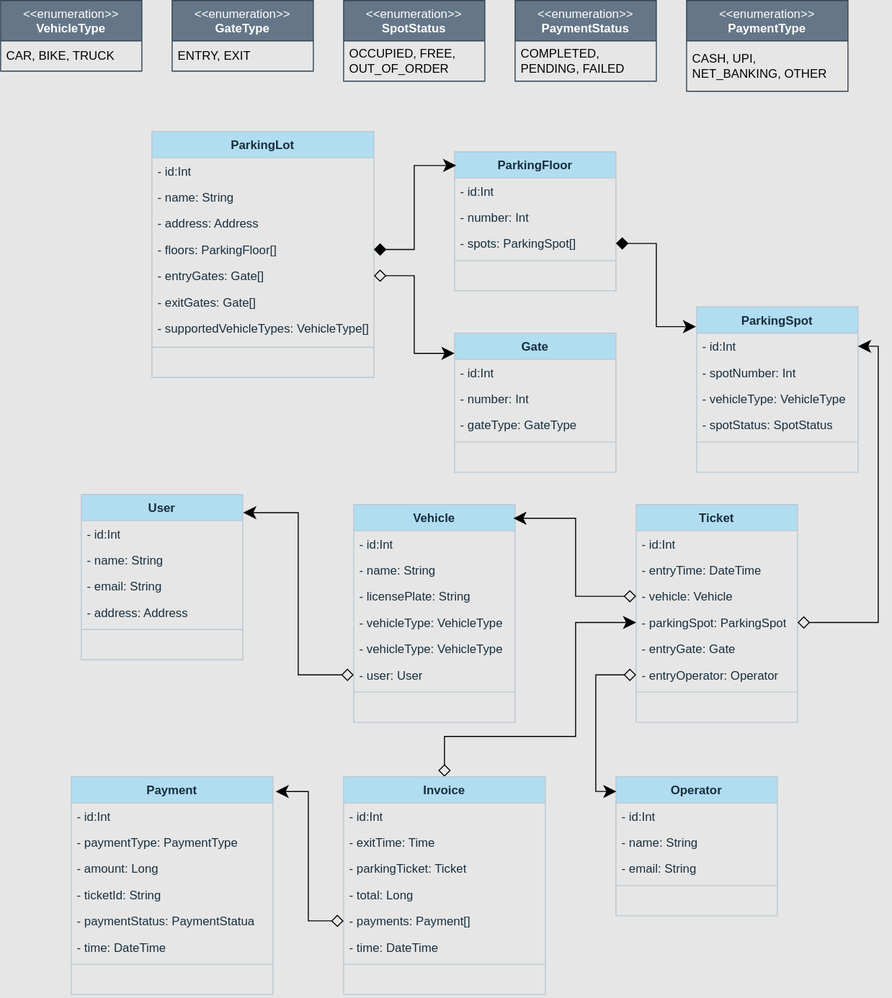
Earlier version of the draw.io export lld/class_diagrams/parking_lot.drawio.svg (nityabhaskar21/java_projects). Source tidied: cells renumbered, new cells last; positions are measured from the earlier drawing's top-left corner, leaving out a move shared by most shapes.
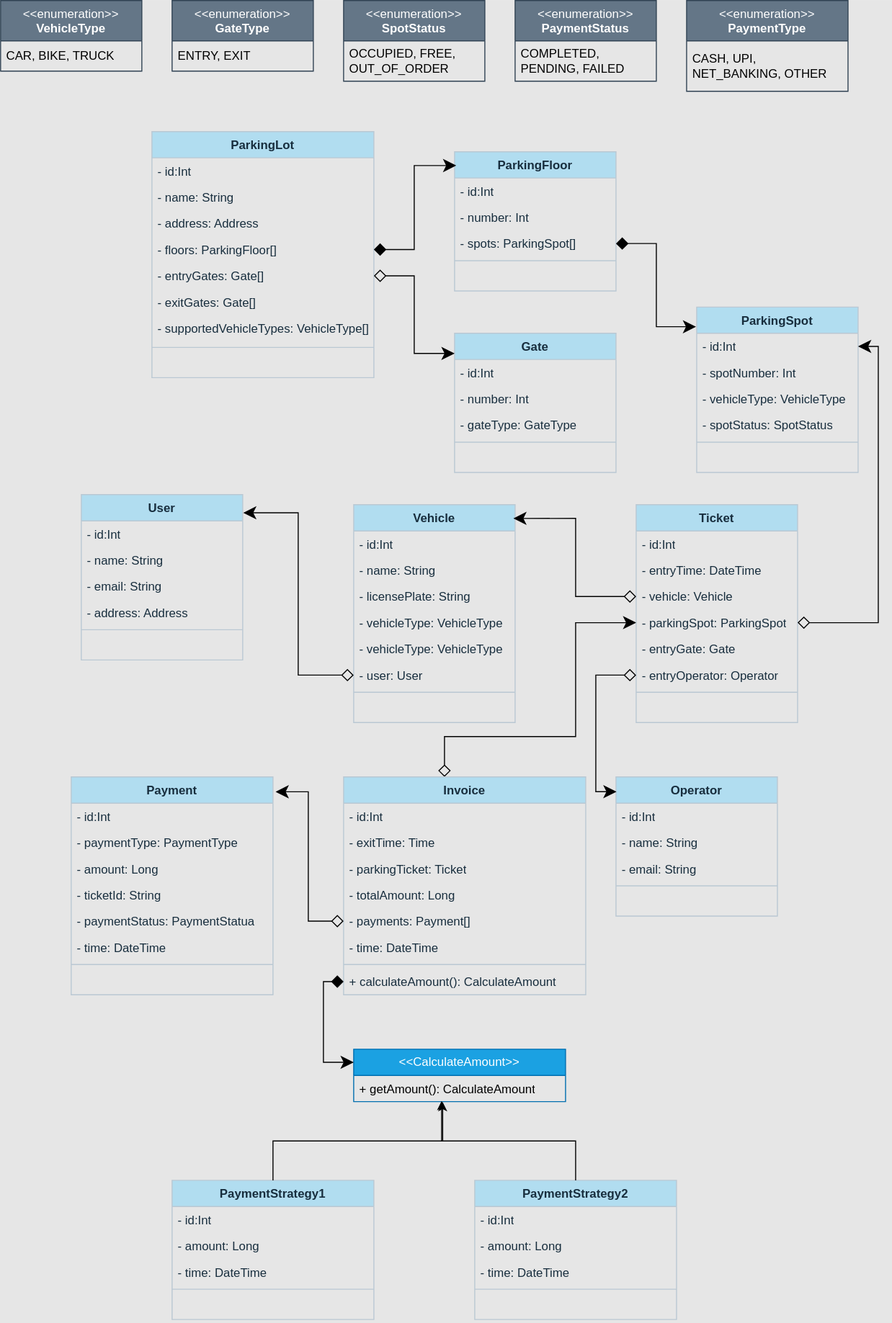
The same file after the commit.

The edit, as a diff of the source:
```diff
@@ -237,31 +237,31 @@
       </mxGeometry>
     </mxCell>
     <mxCell id="78" value="Invoice" style="swimlane;fontStyle=1;align=center;verticalAlign=top;horizontal=1;startSize=26;whiteSpace=wrap;html=1;labelBackgroundColor=none;fillColor=#B1DDF0;strokeColor=#BAC8D3;fontColor=#182E3E;" parent="1" vertex="1">
-      <mxGeometry x="340" y="770" width="200" height="216" as="geometry" />
+      <mxGeometry x="340" y="770" width="240" height="216" as="geometry" />
     </mxCell>
     <mxCell id="79" value="- id:Int" style="text;strokeColor=none;fillColor=none;align=left;verticalAlign=top;spacingLeft=4;spacingRight=4;overflow=hidden;whiteSpace=wrap;html=1;labelBackgroundColor=none;fontColor=#182E3E;" parent="78" vertex="1">
-      <mxGeometry y="26" width="200" height="26" as="geometry" />
+      <mxGeometry y="26" width="240" height="26" as="geometry" />
     </mxCell>
     <mxCell id="80" value="- exitTime: Time" style="text;strokeColor=none;fillColor=none;align=left;verticalAlign=top;spacingLeft=4;spacingRight=4;overflow=hidden;whiteSpace=wrap;html=1;labelBackgroundColor=none;fontColor=#182E3E;" parent="78" vertex="1">
-      <mxGeometry y="52" width="200" height="26" as="geometry" />
+      <mxGeometry y="52" width="240" height="26" as="geometry" />
     </mxCell>
     <mxCell id="81" value="- parkingTicket: Ticket" style="text;strokeColor=none;fillColor=none;align=left;verticalAlign=top;spacingLeft=4;spacingRight=4;overflow=hidden;whiteSpace=wrap;html=1;labelBackgroundColor=none;fontColor=#182E3E;" parent="78" vertex="1">
-      <mxGeometry y="78" width="200" height="26" as="geometry" />
+      <mxGeometry y="78" width="240" height="26" as="geometry" />
     </mxCell>
-    <mxCell id="82" value="- total: Long" style="text;strokeColor=none;fillColor=none;align=left;verticalAlign=top;spacingLeft=4;spacingRight=4;overflow=hidden;whiteSpace=wrap;html=1;labelBackgroundColor=none;fontColor=#182E3E;" parent="78" vertex="1">
-      <mxGeometry y="104" width="200" height="26" as="geometry" />
+    <mxCell id="82" value="- totalAmount: Long" style="text;strokeColor=none;fillColor=none;align=left;verticalAlign=top;spacingLeft=4;spacingRight=4;overflow=hidden;whiteSpace=wrap;html=1;labelBackgroundColor=none;fontColor=#182E3E;" parent="78" vertex="1">
+      <mxGeometry y="104" width="240" height="26" as="geometry" />
     </mxCell>
     <mxCell id="83" value="- payments: Payment[]" style="text;strokeColor=none;fillColor=none;align=left;verticalAlign=top;spacingLeft=4;spacingRight=4;overflow=hidden;points=[[0,0.5],[1,0.5]];portConstraint=eastwest;whiteSpace=wrap;html=1;labelBackgroundColor=none;fontColor=#182E3E;" parent="78" vertex="1">
-      <mxGeometry y="130" width="200" height="26" as="geometry" />
+      <mxGeometry y="130" width="240" height="26" as="geometry" />
     </mxCell>
     <mxCell id="84" value="- time: DateTime" style="text;strokeColor=none;fillColor=none;align=left;verticalAlign=top;spacingLeft=4;spacingRight=4;overflow=hidden;whiteSpace=wrap;html=1;labelBackgroundColor=none;fontColor=#182E3E;" parent="78" vertex="1">
-      <mxGeometry y="156" width="200" height="26" as="geometry" />
+      <mxGeometry y="156" width="240" height="26" as="geometry" />
     </mxCell>
     <mxCell id="85" style="line;strokeWidth=1;fillColor=none;align=left;verticalAlign=middle;spacingTop=-1;spacingLeft=3;spacingRight=3;labelPosition=right;strokeColor=#BAC8D3;labelBackgroundColor=none;fontColor=#182E3E;" parent="78" vertex="1">
-      <mxGeometry y="182" width="200" height="8" as="geometry" />
+      <mxGeometry y="182" width="240" height="8" as="geometry" />
     </mxCell>
-    <mxCell id="86" value="&amp;nbsp;" style="text;strokeColor=none;fillColor=none;align=left;verticalAlign=top;spacingLeft=4;spacingRight=4;overflow=hidden;points=[[0,0.5],[1,0.5]];portConstraint=eastwest;whiteSpace=wrap;html=1;labelBackgroundColor=none;fontColor=#182E3E;" parent="78" vertex="1">
-      <mxGeometry y="190" width="200" height="26" as="geometry" />
+    <mxCell id="86" value="+ calculateAmount(): CalculateAmount" style="text;strokeColor=none;fillColor=none;align=left;verticalAlign=top;spacingLeft=4;spacingRight=4;overflow=hidden;points=[[0,0.5],[1,0.5]];portConstraint=eastwest;whiteSpace=wrap;html=1;labelBackgroundColor=none;fontColor=#182E3E;" parent="78" vertex="1">
+      <mxGeometry y="190" width="240" height="26" as="geometry" />
     </mxCell>
     <mxCell id="87" value="&amp;lt;&amp;lt;enumeration&amp;gt;&amp;gt;&lt;br&gt;&lt;b&gt;PaymentStatus&lt;/b&gt;" style="swimlane;fontStyle=0;align=center;verticalAlign=top;horizontal=1;startSize=40;html=1;whiteSpace=wrap;swimlaneFillColor=none;fillColor=#647687;fontColor=#ffffff;strokeColor=#314354;" parent="1" vertex="1">
       <mxGeometry x="510" width="140" height="80" as="geometry" />
@@ -304,5 +304,56 @@
     <mxCell id="98" style="edgeStyle=orthogonalEdgeStyle;rounded=0;jettySize=auto;html=1;exitX=1;exitY=0.5;exitDx=0;exitDy=0;entryX=1;entryY=0.5;entryDx=0;entryDy=0;endArrow=diamond;endFill=0;startArrow=classic;startFill=1;endSize=10;startSize=10;" parent="1" edge="1" source="54" target="48">
       <mxGeometry relative="1" as="geometry" />
     </mxCell>
+    <mxCell id="99" value="&amp;lt;&amp;lt;CalculateAmount&amp;gt;&amp;gt;" style="swimlane;fontStyle=0;horizontal=1;startSize=26;whiteSpace=wrap;html=1;fillColor=#1ba1e2;strokeColor=#006EAF;fontColor=#ffffff;" parent="1" vertex="1">
+      <mxGeometry x="350" y="1040" width="210" height="52" as="geometry" />
+    </mxCell>
+    <mxCell id="100" value="+ getAmount(): CalculateAmount" style="text;strokeColor=none;fillColor=none;align=left;verticalAlign=top;spacingLeft=4;spacingRight=4;overflow=hidden;points=[[0,0.5],[1,0.5]];portConstraint=eastwest;whiteSpace=wrap;html=1;" parent="99" vertex="1">
+      <mxGeometry y="26" width="210" height="26" as="geometry" />
+    </mxCell>
+    <mxCell id="101" value="PaymentStrategy1" style="swimlane;fontStyle=1;align=center;verticalAlign=top;horizontal=1;startSize=26;whiteSpace=wrap;html=1;labelBackgroundColor=none;fillColor=#B1DDF0;strokeColor=#BAC8D3;fontColor=#182E3E;" parent="1" vertex="1">
+      <mxGeometry x="170" y="1170" width="200" height="138" as="geometry" />
+    </mxCell>
+    <mxCell id="102" value="- id:Int" style="text;strokeColor=none;fillColor=none;align=left;verticalAlign=top;spacingLeft=4;spacingRight=4;overflow=hidden;whiteSpace=wrap;html=1;labelBackgroundColor=none;fontColor=#182E3E;" parent="101" vertex="1">
+      <mxGeometry y="26" width="200" height="26" as="geometry" />
+    </mxCell>
+    <mxCell id="103" value="- amount: Long" style="text;strokeColor=none;fillColor=none;align=left;verticalAlign=top;spacingLeft=4;spacingRight=4;overflow=hidden;whiteSpace=wrap;html=1;labelBackgroundColor=none;fontColor=#182E3E;" parent="101" vertex="1">
+      <mxGeometry y="52" width="200" height="26" as="geometry" />
+    </mxCell>
+    <mxCell id="104" value="- time: DateTime" style="text;strokeColor=none;fillColor=none;align=left;verticalAlign=top;spacingLeft=4;spacingRight=4;overflow=hidden;whiteSpace=wrap;html=1;labelBackgroundColor=none;fontColor=#182E3E;" parent="101" vertex="1">
+      <mxGeometry y="78" width="200" height="26" as="geometry" />
+    </mxCell>
+    <mxCell id="105" style="line;strokeWidth=1;fillColor=none;align=left;verticalAlign=middle;spacingTop=-1;spacingLeft=3;spacingRight=3;labelPosition=right;strokeColor=#BAC8D3;labelBackgroundColor=none;fontColor=#182E3E;" parent="101" vertex="1">
+      <mxGeometry y="104" width="200" height="8" as="geometry" />
+    </mxCell>
+    <mxCell id="106" value="&amp;nbsp;" style="text;strokeColor=none;fillColor=none;align=left;verticalAlign=top;spacingLeft=4;spacingRight=4;overflow=hidden;whiteSpace=wrap;html=1;labelBackgroundColor=none;fontColor=#182E3E;" parent="101" vertex="1">
+      <mxGeometry y="112" width="200" height="26" as="geometry" />
+    </mxCell>
+    <mxCell id="107" value="PaymentStrategy2" style="swimlane;fontStyle=1;align=center;verticalAlign=top;horizontal=1;startSize=26;whiteSpace=wrap;html=1;labelBackgroundColor=none;fillColor=#B1DDF0;strokeColor=#BAC8D3;fontColor=#182E3E;" parent="1" vertex="1">
+      <mxGeometry x="470" y="1170" width="200" height="138" as="geometry" />
+    </mxCell>
+    <mxCell id="108" value="- id:Int" style="text;strokeColor=none;fillColor=none;align=left;verticalAlign=top;spacingLeft=4;spacingRight=4;overflow=hidden;whiteSpace=wrap;html=1;labelBackgroundColor=none;fontColor=#182E3E;" parent="107" vertex="1">
+      <mxGeometry y="26" width="200" height="26" as="geometry" />
+    </mxCell>
+    <mxCell id="109" value="- amount: Long" style="text;strokeColor=none;fillColor=none;align=left;verticalAlign=top;spacingLeft=4;spacingRight=4;overflow=hidden;whiteSpace=wrap;html=1;labelBackgroundColor=none;fontColor=#182E3E;" parent="107" vertex="1">
+      <mxGeometry y="52" width="200" height="26" as="geometry" />
+    </mxCell>
+    <mxCell id="110" value="- time: DateTime" style="text;strokeColor=none;fillColor=none;align=left;verticalAlign=top;spacingLeft=4;spacingRight=4;overflow=hidden;whiteSpace=wrap;html=1;labelBackgroundColor=none;fontColor=#182E3E;" parent="107" vertex="1">
+      <mxGeometry y="78" width="200" height="26" as="geometry" />
+    </mxCell>
+    <mxCell id="111" style="line;strokeWidth=1;fillColor=none;align=left;verticalAlign=middle;spacingTop=-1;spacingLeft=3;spacingRight=3;labelPosition=right;strokeColor=#BAC8D3;labelBackgroundColor=none;fontColor=#182E3E;" parent="107" vertex="1">
+      <mxGeometry y="104" width="200" height="8" as="geometry" />
+    </mxCell>
+    <mxCell id="112" value="&amp;nbsp;" style="text;strokeColor=none;fillColor=none;align=left;verticalAlign=top;spacingLeft=4;spacingRight=4;overflow=hidden;whiteSpace=wrap;html=1;labelBackgroundColor=none;fontColor=#182E3E;" parent="107" vertex="1">
+      <mxGeometry y="112" width="200" height="26" as="geometry" />
+    </mxCell>
+    <mxCell id="113" style="edgeStyle=orthogonalEdgeStyle;rounded=0;jettySize=auto;html=1;entryX=0;entryY=0.25;entryDx=0;entryDy=0;endSize=10;startSize=10;startArrow=diamond;startFill=1;" parent="1" edge="1" source="86" target="99">
+      <mxGeometry relative="1" as="geometry" />
+    </mxCell>
+    <mxCell id="114" style="edgeStyle=orthogonalEdgeStyle;rounded=0;jettySize=auto;html=1;entryX=0.42;entryY=1.018;entryDx=0;entryDy=0;entryPerimeter=0;" parent="1" edge="1" source="101" target="100">
+      <mxGeometry relative="1" as="geometry" />
+    </mxCell>
+    <mxCell id="115" style="edgeStyle=orthogonalEdgeStyle;rounded=0;jettySize=auto;html=1;entryX=0.415;entryY=0.975;entryDx=0;entryDy=0;entryPerimeter=0;" parent="1" edge="1" source="107" target="100">
+      <mxGeometry relative="1" as="geometry" />
+    </mxCell>
   </root>
 </mxGraphModel>
```
